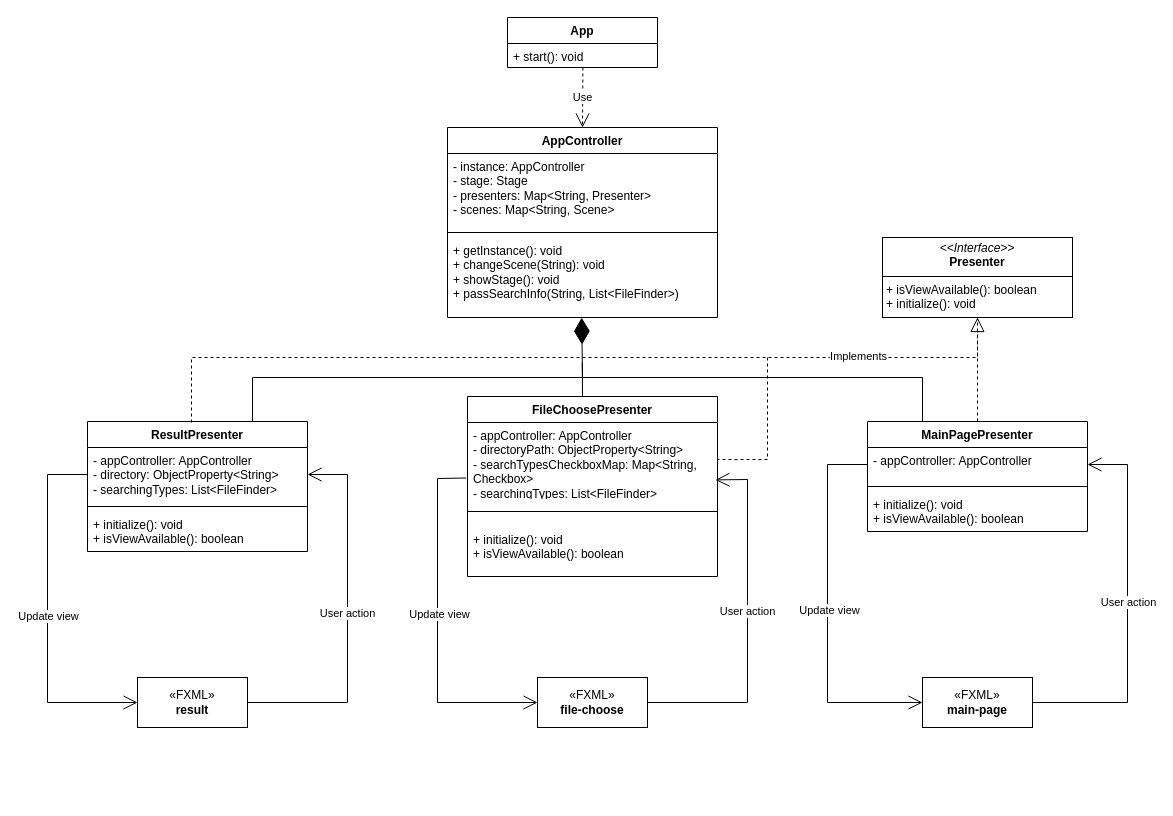
Earlier version of the draw.io diagram page "graphic-user-interface" (5 of 5) of resources/class-diagrams.drawio (Mateusz2734/filesystem-cleaner). Source tidied: cells renumbered, new cells numbered last; positions are measured from the earlier drawing's top-left corner, leaving out a move shared by most shapes. Both pictures are drawn from the tidied source at 100%, with x=0, y=0 at pixel (47, 17).
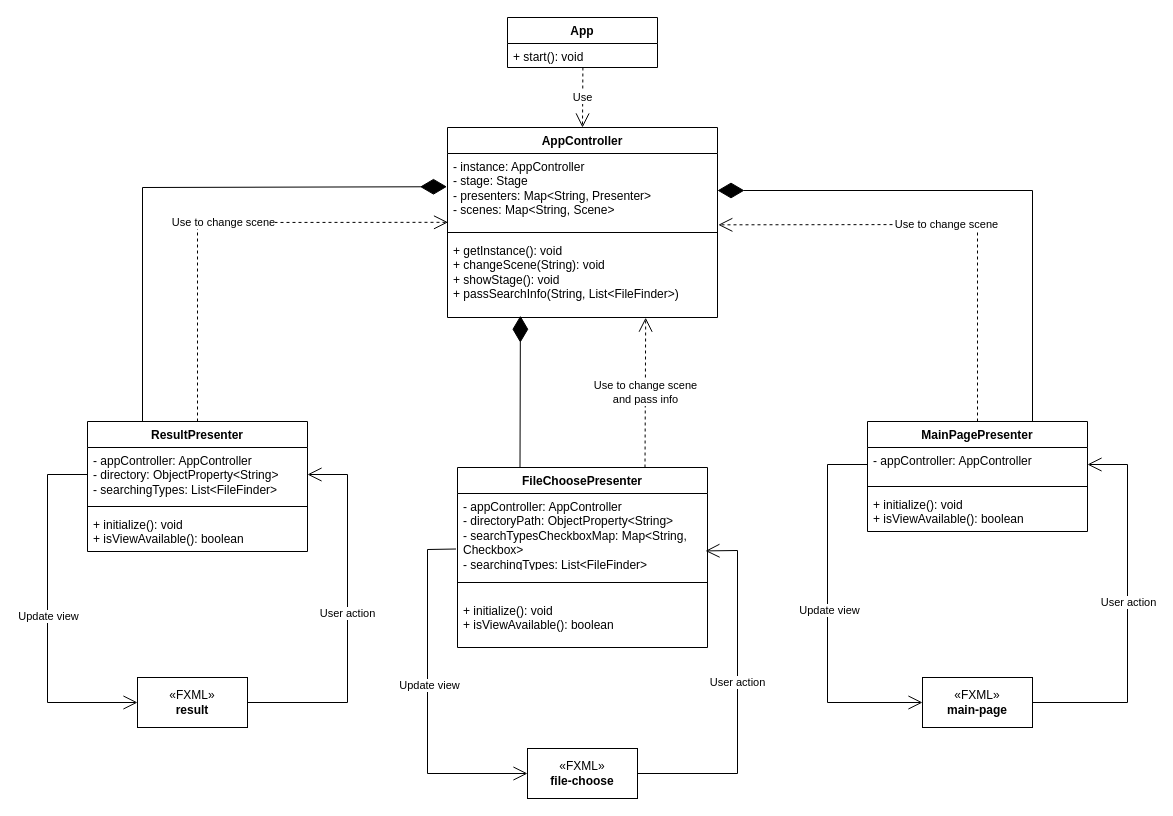
The same page after the edit.

Unchanged cells that the change refers to:
```xml
<mxCell id="3" value="- instance: AppController&lt;div&gt;- stage: Stage&lt;/div&gt;&lt;div&gt;- presenters: Map&amp;lt;String, Presenter&amp;gt;&lt;/div&gt;&lt;div&gt;-&amp;nbsp;&lt;span style=&quot;background-color: initial;&quot;&gt;scenes: Map&amp;lt;String, Scene&amp;gt;&lt;/span&gt;&lt;/div&gt;&lt;div&gt;&lt;br&gt;&lt;/div&gt;" style="text;strokeColor=none;fillColor=none;align=left;verticalAlign=top;spacingLeft=4;spacingRight=4;overflow=hidden;points=[[0,0.5],[1,0.5]];portConstraint=eastwest;whiteSpace=wrap;html=1;" parent="2" vertex="1">
  <mxGeometry y="26" width="270" height="74" as="geometry" />
</mxCell>
<mxCell id="5" value="&lt;div&gt;+ getInstance(): void&lt;/div&gt;&lt;div&gt;+ changeScene(String): void&lt;/div&gt;&lt;div&gt;+ showStage(): void&lt;/div&gt;&lt;div&gt;+ passSearchInfo(String, List&amp;lt;FileFinder&amp;gt;)&lt;/div&gt;&lt;div&gt;&lt;br&gt;&lt;/div&gt;" style="text;strokeColor=none;fillColor=none;align=left;verticalAlign=top;spacingLeft=4;spacingRight=4;overflow=hidden;points=[[0,0.5],[1,0.5]];portConstraint=eastwest;whiteSpace=wrap;html=1;" parent="2" vertex="1">
  <mxGeometry y="110" width="270" height="80" as="geometry" />
</mxCell>
<mxCell id="7" value="ResultPresenter" style="swimlane;fontStyle=1;align=center;verticalAlign=top;horizontal=1;startSize=26;whiteSpace=wrap;html=1;" parent="1" vertex="1">
  <mxGeometry x="40" y="404" width="220" height="130" as="geometry" />
</mxCell>
<mxCell id="12" value="- appController: AppController&lt;div&gt;- directoryPath: ObjectProperty&amp;lt;String&amp;gt;&lt;/div&gt;&lt;div&gt;- searchTypesCheckboxMap: Map&amp;lt;String, Checkbox&amp;gt;&lt;/div&gt;&lt;div&gt;- searchingTypes: List&amp;lt;FileFinder&amp;gt;&lt;/div&gt;&lt;div&gt;&lt;br&gt;&lt;/div&gt;&lt;div&gt;&lt;br&gt;&lt;/div&gt;&lt;div&gt;&lt;br&gt;&lt;/div&gt;" style="text;strokeColor=none;fillColor=none;align=left;verticalAlign=top;spacingLeft=4;spacingRight=4;overflow=hidden;points=[[0,0.5],[1,0.5]];portConstraint=eastwest;whiteSpace=wrap;html=1;" parent="11" vertex="1">
  <mxGeometry y="26" width="250" height="74" as="geometry" />
</mxCell>
<mxCell id="17" value="MainPagePresenter" style="swimlane;fontStyle=1;align=center;verticalAlign=top;horizontal=1;startSize=26;whiteSpace=wrap;html=1;" parent="1" vertex="1">
  <mxGeometry x="820" y="404" width="220" height="110" as="geometry" />
</mxCell>
```

Change to the diagram source:
```diff
@@
-    <mxCell id="6" value="&lt;p style=&quot;margin:0px;margin-top:4px;text-align:center;&quot;&gt;&lt;i&gt;&amp;lt;&amp;lt;Interface&amp;gt;&amp;gt;&lt;/i&gt;&lt;br&gt;&lt;b&gt;Presenter&lt;/b&gt;&lt;/p&gt;&lt;hr size=&quot;1&quot; style=&quot;border-style:solid;&quot;&gt;&lt;p style=&quot;margin:0px;margin-left:4px;&quot;&gt;+ isViewAvailable(): boolean&lt;/p&gt;&lt;p style=&quot;margin:0px;margin-left:4px;&quot;&gt;+ initialize(): void&lt;/p&gt;" style="verticalAlign=top;align=left;overflow=fill;html=1;whiteSpace=wrap;" parent="1" vertex="1">
-      <mxGeometry x="835" y="220" width="190" height="80" as="geometry" />
-    </mxCell>
@@
     <mxCell id="11" value="FileChoosePresenter" style="swimlane;fontStyle=1;align=center;verticalAlign=top;horizontal=1;startSize=26;whiteSpace=wrap;html=1;" parent="1" vertex="1">
-      <mxGeometry x="420" y="379" width="250" height="180" as="geometry" />
+      <mxGeometry x="410" y="450" width="250" height="180" as="geometry" />
     </mxCell>
@@
-    <mxCell id="22" style="endArrow=block;dashed=1;endFill=0;endSize=12;html=1;rounded=0;entryX=0.5;entryY=1;entryDx=0;entryDy=0;" parent="1" edge="1" target="6">
-      <mxGeometry relative="1" as="geometry">
-        <mxPoint x="144" y="405" as="sourcePoint" />
-        <Array as="points">
-          <mxPoint x="144" y="405" />
-          <mxPoint x="144" y="340" />
-          <mxPoint x="540" y="340" />
-          <mxPoint x="930" y="340" />
-        </Array>
-      </mxGeometry>
-    </mxCell>
-    <mxCell id="23" value="Implements" style="edgeLabel;html=1;align=center;verticalAlign=middle;" parent="22" vertex="1">
-      <mxGeometry x="0.64" y="2" relative="1" as="geometry" />
-    </mxCell>
-    <mxCell id="24" style="endArrow=none;dashed=1;html=1;rounded=0;exitX=0.5;exitY=0;exitDx=0;exitDy=0;" parent="1" edge="1" source="17" target="6">
-      <mxGeometry relative="1" as="geometry" />
-    </mxCell>
-    <mxCell id="25" style="endArrow=none;dashed=1;html=1;rounded=0;entryX=1;entryY=0.5;entryDx=0;entryDy=0;" parent="1" edge="1" target="12">
-      <mxGeometry relative="1" as="geometry">
-        <mxPoint x="720" y="340" as="sourcePoint" />
-        <Array as="points">
-          <mxPoint x="720" y="442" />
-        </Array>
-      </mxGeometry>
-    </mxCell>
     <mxCell id="26" value="«FXML»&lt;br&gt;&lt;b&gt;file-choose&lt;/b&gt;" style="html=1;whiteSpace=wrap;" parent="1" vertex="1">
-      <mxGeometry x="490" y="660" width="110" height="50" as="geometry" />
+      <mxGeometry x="480" y="731" width="110" height="50" as="geometry" />
     </mxCell>
@@
     <mxCell id="29" style="endArrow=open;endFill=1;endSize=12;html=1;rounded=0;exitX=1;exitY=0.5;exitDx=0;exitDy=0;entryX=0.992;entryY=0.776;entryDx=0;entryDy=0;entryPerimeter=0;" parent="1" edge="1" source="26" target="12">
       <mxGeometry relative="1" as="geometry">
         <Array as="points">
-          <mxPoint x="700" y="685" />
-          <mxPoint x="700" y="462" />
+          <mxPoint x="690" y="756" />
+          <mxPoint x="690" y="533" />
         </Array>
       </mxGeometry>
     </mxCell>
@@
     <mxCell id="35" style="endArrow=open;endFill=1;endSize=12;html=1;rounded=0;exitX=-0.006;exitY=0.75;exitDx=0;exitDy=0;entryX=0;entryY=0.5;entryDx=0;entryDy=0;exitPerimeter=0;" parent="1" edge="1" source="12" target="26">
       <mxGeometry relative="1" as="geometry">
         <Array as="points">
-          <mxPoint x="390" y="461" />
-          <mxPoint x="390" y="685" />
+          <mxPoint x="380" y="532" />
+          <mxPoint x="380" y="756" />
         </Array>
       </mxGeometry>
     </mxCell>
@@
-    <mxCell id="41" style="endArrow=diamondThin;endFill=1;endSize=24;html=1;rounded=0;exitX=0.25;exitY=0;exitDx=0;exitDy=0;entryX=0.497;entryY=1.002;entryDx=0;entryDy=0;entryPerimeter=0;" parent="1" edge="1" source="17" target="5">
-      <mxGeometry relative="1" as="geometry">
-        <Array as="points">
-          <mxPoint x="875" y="360" />
-          <mxPoint x="535" y="360" />
-        </Array>
-      </mxGeometry>
-    </mxCell>
-    <mxCell id="42" style="endArrow=none;html=1;rounded=0;exitX=0.457;exitY=0.029;exitDx=0;exitDy=0;exitPerimeter=0;" parent="1" edge="1">
-      <mxGeometry relative="1" as="geometry">
-        <mxPoint x="535" y="379" as="sourcePoint" />
-        <mxPoint x="534.8" y="344.8" as="targetPoint" />
-      </mxGeometry>
-    </mxCell>
-    <mxCell id="43" style="endArrow=none;html=1;rounded=0;exitX=0.75;exitY=0;exitDx=0;exitDy=0;" parent="1" edge="1" source="7">
-      <mxGeometry relative="1" as="geometry">
-        <mxPoint x="540" y="360" as="targetPoint" />
-        <Array as="points">
-          <mxPoint x="205" y="360" />
-        </Array>
-      </mxGeometry>
-    </mxCell>
+    <mxCell id="44" style="endArrow=diamondThin;endFill=1;endSize=24;html=1;rounded=0;entryX=-0.002;entryY=0.449;entryDx=0;entryDy=0;exitX=0.25;exitY=0;exitDx=0;exitDy=0;entryPerimeter=0;" parent="1" edge="1" source="7" target="3">
+      <mxGeometry relative="1" as="geometry">
+        <Array as="points">
+          <mxPoint x="95" y="170" />
+        </Array>
+      </mxGeometry>
+    </mxCell>
+    <mxCell id="45" style="endArrow=diamondThin;endFill=1;endSize=24;html=1;rounded=0;exitX=0.25;exitY=0;exitDx=0;exitDy=0;entryX=0.27;entryY=0.978;entryDx=0;entryDy=0;entryPerimeter=0;" parent="1" edge="1" source="11" target="5">
+      <mxGeometry relative="1" as="geometry" />
+    </mxCell>
+    <mxCell id="46" style="endArrow=diamondThin;endFill=1;endSize=24;html=1;rounded=0;entryX=1;entryY=0.5;entryDx=0;entryDy=0;exitX=0.75;exitY=0;exitDx=0;exitDy=0;" parent="1" edge="1" source="17" target="3">
+      <mxGeometry relative="1" as="geometry">
+        <Array as="points">
+          <mxPoint x="985" y="173" />
+        </Array>
+      </mxGeometry>
+    </mxCell>
+    <mxCell id="47" value="Use to change scene&lt;div&gt;and pass info&lt;/div&gt;" style="endArrow=open;endSize=12;dashed=1;html=1;rounded=0;entryX=0.734;entryY=1.002;entryDx=0;entryDy=0;entryPerimeter=0;exitX=0.75;exitY=0;exitDx=0;exitDy=0;" parent="1" edge="1" source="11" target="5">
+      <mxGeometry relative="1" as="geometry" />
+    </mxCell>
+    <mxCell id="48" value="Use to change scene" style="endArrow=open;endSize=12;dashed=1;html=1;rounded=0;entryX=1.003;entryY=0.964;entryDx=0;entryDy=0;entryPerimeter=0;exitX=0.5;exitY=0;exitDx=0;exitDy=0;" parent="1" edge="1" source="17" target="3">
+      <mxGeometry relative="1" as="geometry">
+        <Array as="points">
+          <mxPoint x="930" y="207" />
+        </Array>
+      </mxGeometry>
+    </mxCell>
+    <mxCell id="49" value="Use to change scene" style="endArrow=open;endSize=12;dashed=1;html=1;rounded=0;entryX=0.002;entryY=0.93;entryDx=0;entryDy=0;entryPerimeter=0;exitX=0.5;exitY=0;exitDx=0;exitDy=0;" parent="1" edge="1" source="7" target="3">
+      <mxGeometry relative="1" as="geometry">
+        <Array as="points">
+          <mxPoint x="150" y="205" />
+        </Array>
+      </mxGeometry>
+    </mxCell>
```
